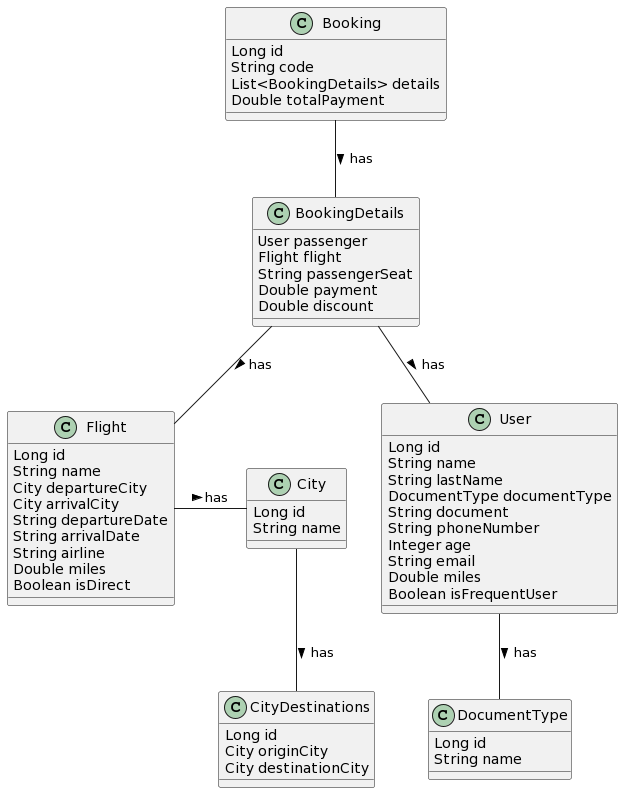
This is docs/diagrams/DomainModel.png from SebastianAbril/flights-app, a PlantUML export, as it was before one commit.
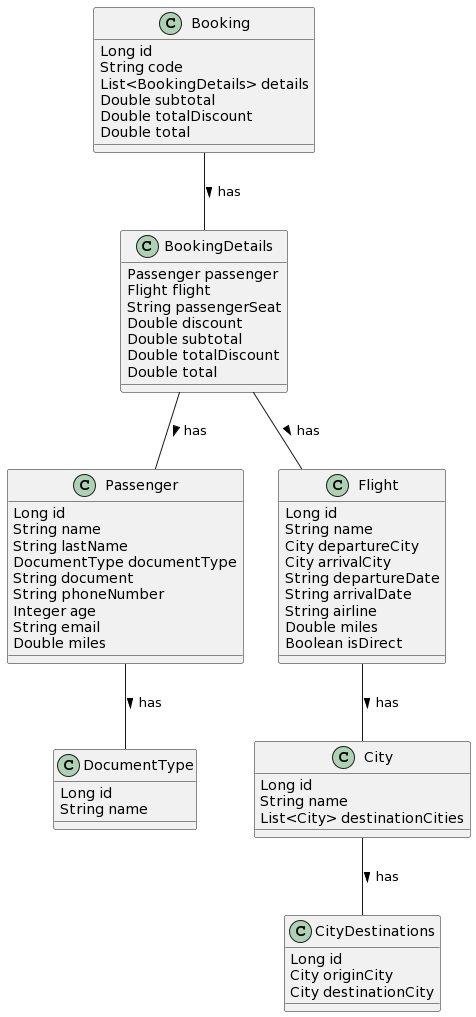
After the commit.

Diff of the diagram source:
```diff
@@ -4,7 +4,7 @@
     String name
 }
 
-class User {
+class Passenger {
     Long id
     String name
     String lastName
@@ -14,12 +14,12 @@
     Integer age
     String email
     Double miles
-    Boolean isFrequentUser
 }
 
 class City {
     Long id
     String name
+    List<City> destinationCities
 }
 
 class CityDestinations {
@@ -44,22 +44,26 @@
     Long id
     String code
     List<BookingDetails> details
-    Double totalPayment
+    Double subtotal
+    Double totalDiscount
+    Double total
 }
 
 class BookingDetails {
-    User passenger
+    Passenger passenger
     Flight flight
     String passengerSeat
-    Double payment
     Double discount
+    Double subtotal
+    Double totalDiscount
+    Double total
+
 }
 
-
-User -- DocumentType: has >
+Passenger -- DocumentType: has >
 City -- CityDestinations: has >
 Booking -- BookingDetails: has >
-BookingDetails -- User: has >
+BookingDetails -- Passenger: has >
 BookingDetails -- Flight: has >
-Flight - City: has >
+Flight -- City: has >
 @enduml
```
